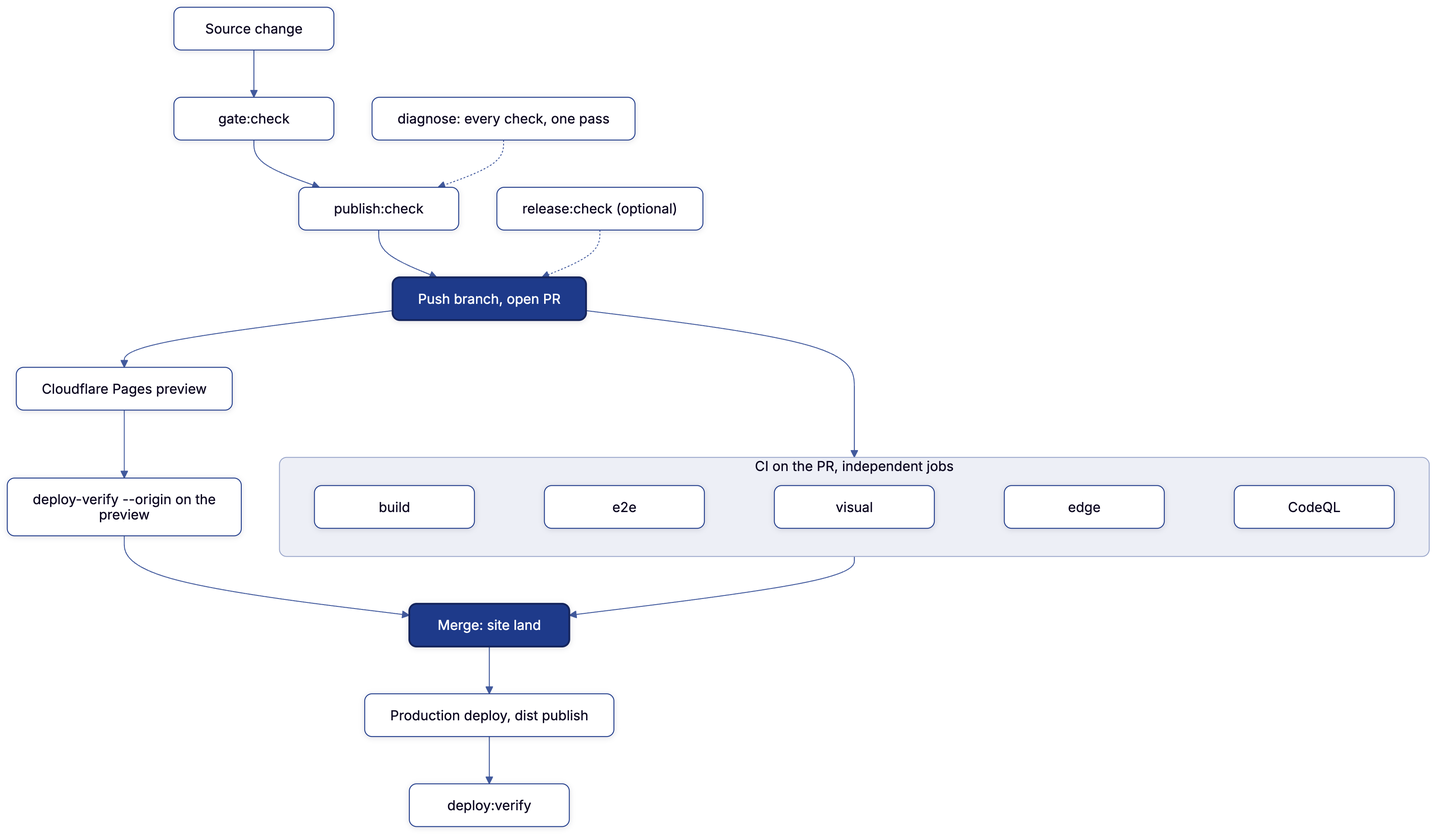
Earlier version of the Mermaid export docs/diagrams/validation-flow.png (joeseverino/jseverino.com). Its source is kept beside it as docs/diagrams/validation-flow.mmd.
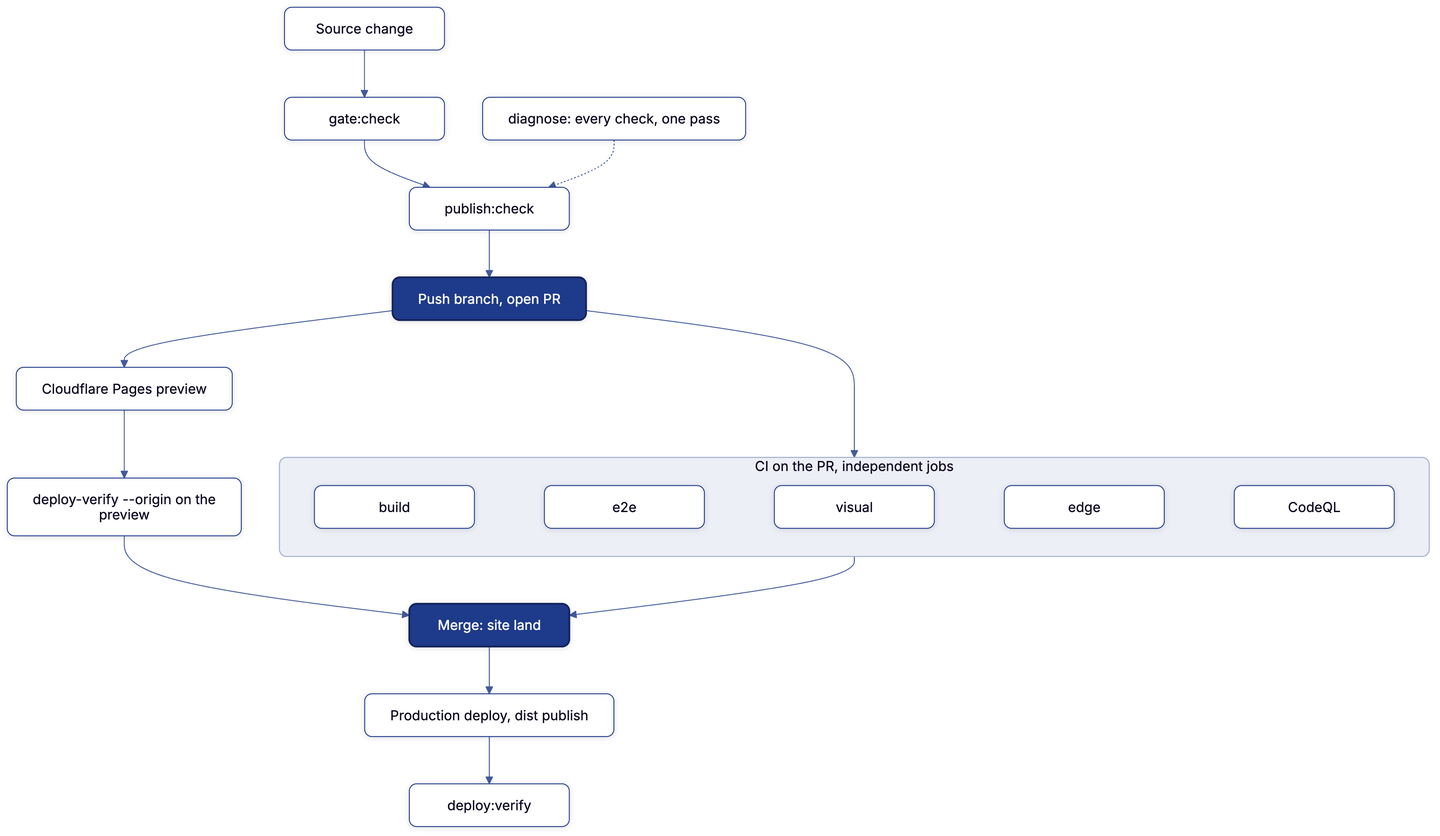
Later version of the same file.

What changed in the source:
```diff
@@ -2,7 +2,6 @@
 flowchart TB
     A["Source change"] --> B["gate:check"] --> C["publish:check"] --> D["Push branch, open PR"]
     G["diagnose: every check, one pass"] -.-> C
-    R["release:check (optional)"] -.-> D
     D --> CI
     D --> P["Cloudflare Pages preview"] --> V["deploy-verify --origin on the preview"]
     CI --> M["Merge: site land"]
```
